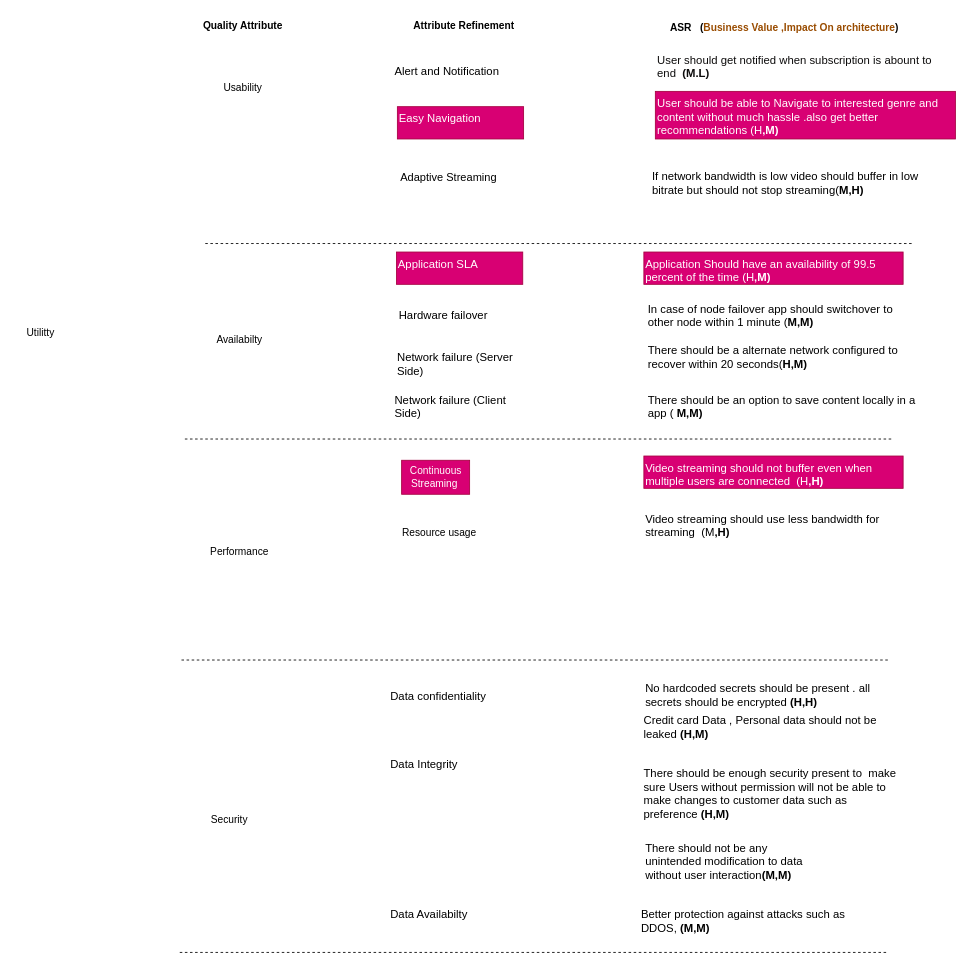
The draw.io diagram page "Page-7" (7 of 12) of SA assignment.drawio in Gajanana/FirstPhase, before the edit. Source tidied: cells renumbered, new cells numbered last; positions are measured from the earlier drawing's top-left corner, leaving out a move shared by most shapes. Both pictures are drawn from the tidied source at 85%, with x=0, y=0 at pixel (14, 14).
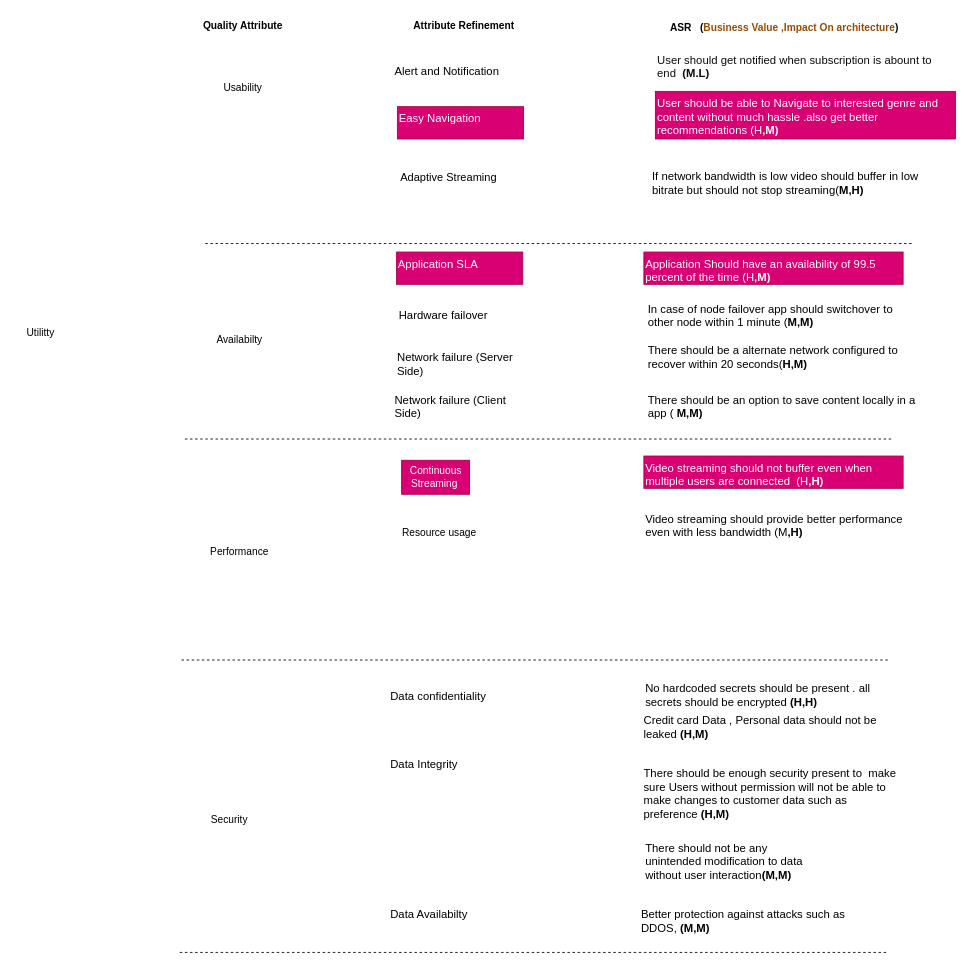
The same page after the edit.

Diff of the diagram source:
```diff
@@
-    <mxCell id="38" value="&lt;span style=&quot;font-size: 10pt;&quot;&gt;Video streaming should use less bandwidth for streaming&amp;nbsp; (M&lt;/span&gt;&lt;b style=&quot;font-size: 13.3333px;&quot;&gt;,H)&lt;/b&gt;" style="text;whiteSpace=wrap;html=1;" parent="1" vertex="1">
+    <mxCell id="38" value="&lt;span style=&quot;font-size: 10pt;&quot;&gt;Video streaming should provide better performance even with less bandwidth (M&lt;/span&gt;&lt;b style=&quot;font-size: 13.3333px;&quot;&gt;,H)&lt;/b&gt;" style="text;whiteSpace=wrap;html=1;" parent="1" vertex="1">
       <mxGeometry x="740" y="579" width="305" height="38" as="geometry" />
     </mxCell>
```
